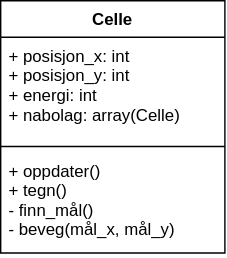
Earlier version of the draw.io export Dokumentasjon/Klassediagram.drawio.svg (ProgMod-X/CellLife). Source tidied: cells renumbered, new cells last; positions are measured from the earlier drawing's top-left corner, leaving out a move shared by most shapes.
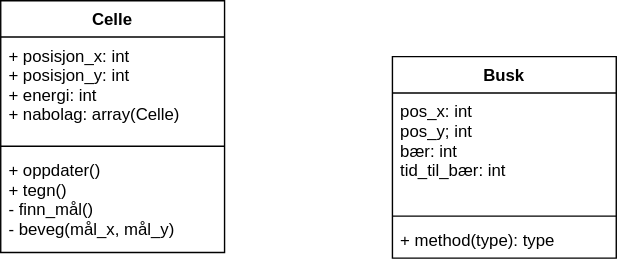
The same file after the commit.

Commit message:
Laga buskfil og teikna diagram for buskklasse

What changed in the source:
```diff
@@ -14,5 +14,17 @@
     <mxCell id="5" value="+ oppdater()&#10;+ tegn()&#10;- finn_mål()&#10;- beveg(mål_x, mål_y)&#10;" style="text;strokeColor=none;fillColor=none;align=left;verticalAlign=top;spacingLeft=4;spacingRight=4;overflow=hidden;" parent="2" vertex="1">
       <mxGeometry y="108" width="160" height="72" as="geometry" />
     </mxCell>
+    <mxCell id="6" value="Busk" style="swimlane;fontStyle=1;align=center;verticalAlign=top;horizontal=1;startSize=26;" parent="1" vertex="1">
+      <mxGeometry x="280" y="40" width="160" height="144" as="geometry" />
+    </mxCell>
+    <mxCell id="7" value="pos_x: int&#10;pos_y; int&#10;bær: int&#10;tid_til_bær: int" style="text;strokeColor=none;fillColor=none;align=left;verticalAlign=top;spacingLeft=4;spacingRight=4;overflow=hidden;" parent="6" vertex="1">
+      <mxGeometry y="26" width="160" height="84" as="geometry" />
+    </mxCell>
+    <mxCell id="8" style="line;strokeWidth=1;fillColor=none;align=left;verticalAlign=middle;spacingTop=-1;spacingLeft=3;spacingRight=3;labelPosition=right;strokeColor=inherit;" parent="6" vertex="1">
+      <mxGeometry y="110" width="160" height="8" as="geometry" />
+    </mxCell>
+    <mxCell id="9" value="+ method(type): type" style="text;strokeColor=none;fillColor=none;align=left;verticalAlign=top;spacingLeft=4;spacingRight=4;overflow=hidden;" parent="6" vertex="1">
+      <mxGeometry y="118" width="160" height="26" as="geometry" />
+    </mxCell>
   </root>
 </mxGraphModel>
```
